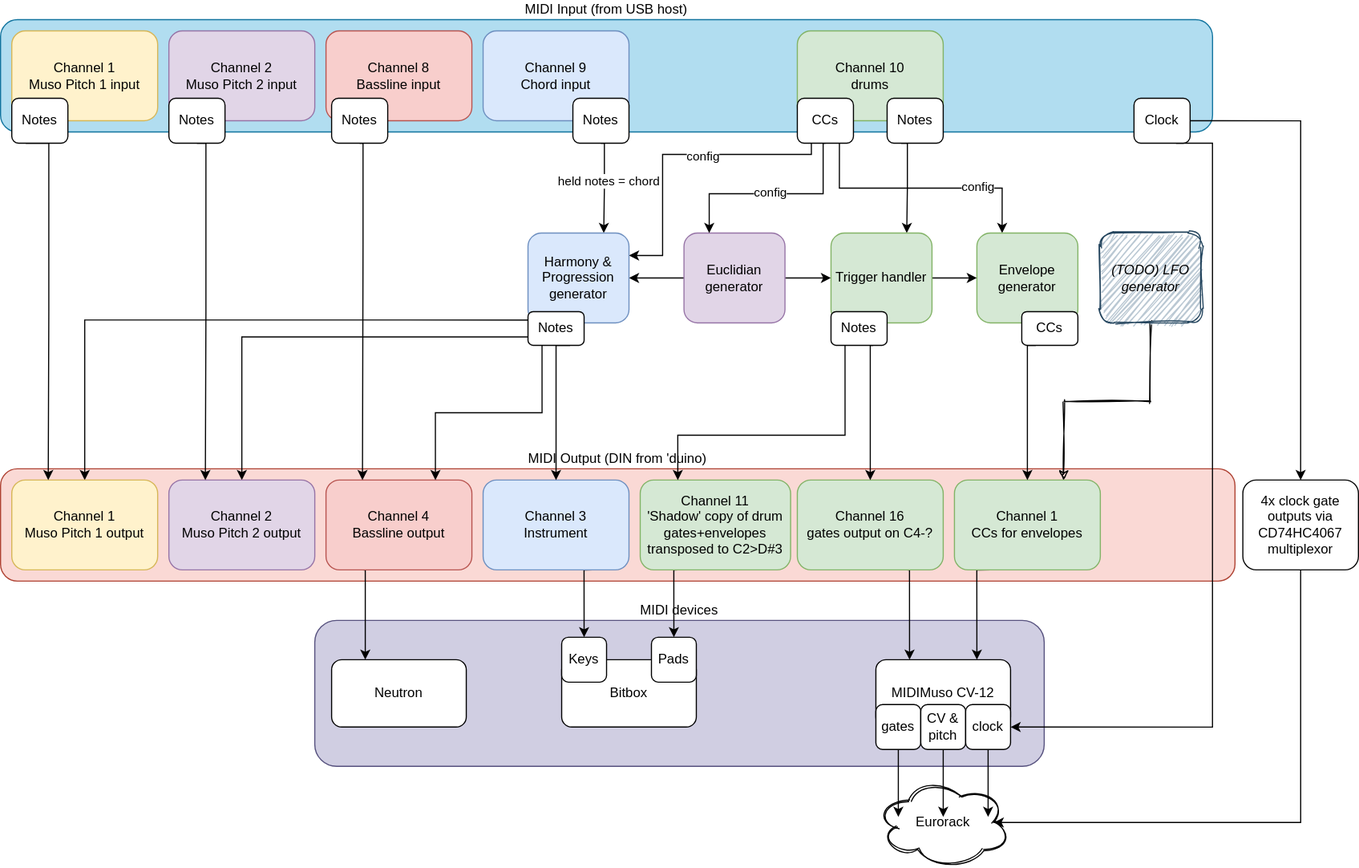
Before: drum2musocv_routing_diagram.svg, a diagram exported from draw.io (doctea/drum2musocv). Source tidied: cells renumbered, new cells last; positions are measured from the earlier drawing's top-left corner, leaving out a move shared by most shapes.
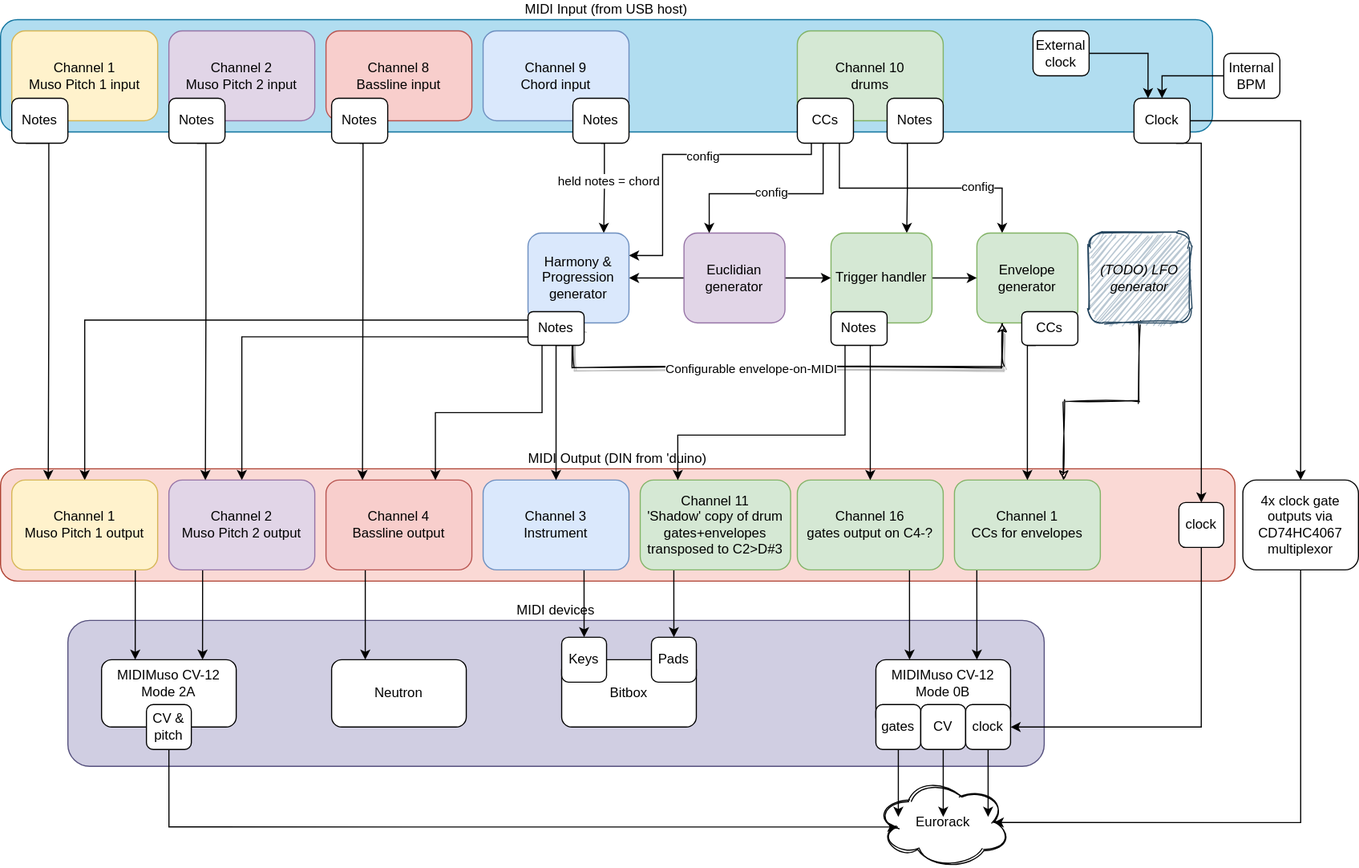
After the change.

Commit message:
works with two midimusocv boards, configurable envelopes for the pitches, updated images/docs/daw template

Diff of the diagram source:
```diff
@@ -6,7 +6,7 @@
       <mxGeometry x="780" y="675" width="120" height="80" as="geometry" />
     </mxCell>
     <mxCell id="3" value="MIDI devices" style="rounded=1;whiteSpace=wrap;html=1;labelPosition=center;verticalLabelPosition=top;align=center;verticalAlign=bottom;fillColor=#d0cee2;strokeColor=#56517e;" parent="1" vertex="1">
-      <mxGeometry x="280" y="535" width="650" height="130" as="geometry" />
+      <mxGeometry x="60" y="535" width="870" height="130" as="geometry" />
     </mxCell>
     <mxCell id="4" value="MIDI Output (DIN from 'duino)&lt;br&gt;" style="rounded=1;whiteSpace=wrap;html=1;labelPosition=center;verticalLabelPosition=top;align=center;verticalAlign=bottom;fillColor=#fad9d5;strokeColor=#ae4132;" parent="1" vertex="1">
       <mxGeometry y="400" width="1100" height="100" as="geometry" />
@@ -187,6 +187,18 @@
     <mxCell id="43" style="edgeStyle=orthogonalEdgeStyle;rounded=0;jettySize=auto;html=1;exitX=0;exitY=0.75;exitDx=0;exitDy=0;entryX=0.5;entryY=0;entryDx=0;entryDy=0;" parent="1" edge="1" source="44" target="71">
       <mxGeometry relative="1" as="geometry" />
     </mxCell>
+    <mxCell id="76" style="edgeStyle=orthogonalEdgeStyle;rounded=0;jettySize=auto;html=1;exitX=1;exitY=0.5;exitDx=0;exitDy=0;entryX=0.25;entryY=1;entryDx=0;entryDy=0;shadow=1;sketch=1;jumpStyle=gap;" parent="1" edge="1" source="44" target="37">
+      <mxGeometry relative="1" as="geometry">
+        <Array as="points">
+          <mxPoint x="510" y="275" />
+          <mxPoint x="510" y="310" />
+          <mxPoint x="893" y="310" />
+        </Array>
+      </mxGeometry>
+    </mxCell>
+    <mxCell id="77" value="Configurable envelope-on-MIDI" style="edgeLabel;html=1;align=center;verticalAlign=middle;" parent="76" vertex="1">
+      <mxGeometry x="-0.13" relative="1" as="geometry" />
+    </mxCell>
     <mxCell id="44" value="Notes" style="rounded=1;whiteSpace=wrap;html=1;" parent="1" vertex="1">
       <mxGeometry x="470" y="260" width="50" height="30" as="geometry" />
     </mxCell>
@@ -224,7 +236,7 @@
     <mxCell id="51" value="Bitbox" style="rounded=1;whiteSpace=wrap;html=1;" parent="1" vertex="1">
       <mxGeometry x="500" y="570" width="120" height="60" as="geometry" />
     </mxCell>
-    <mxCell id="52" value="MIDIMuso CV-12" style="rounded=1;whiteSpace=wrap;html=1;" parent="1" vertex="1">
+    <mxCell id="52" value="MIDIMuso CV-12&lt;br&gt;Mode 0B" style="rounded=1;whiteSpace=wrap;html=1;labelPosition=center;verticalLabelPosition=middle;align=center;verticalAlign=middle;spacingTop=-18;" parent="1" vertex="1">
       <mxGeometry x="780" y="570" width="120" height="60" as="geometry" />
     </mxCell>
     <mxCell id="53" style="edgeStyle=orthogonalEdgeStyle;rounded=0;jettySize=auto;html=1;exitX=0.5;exitY=1;exitDx=0;exitDy=0;" parent="1" edge="1" source="54">
@@ -240,7 +252,7 @@
         <mxPoint x="840" y="710" as="targetPoint" />
       </mxGeometry>
     </mxCell>
-    <mxCell id="56" value="CV &amp;amp; pitch" style="rounded=1;whiteSpace=wrap;html=1;" parent="1" vertex="1">
+    <mxCell id="56" value="CV" style="rounded=1;whiteSpace=wrap;html=1;" parent="1" vertex="1">
       <mxGeometry x="820" y="610" width="40" height="40" as="geometry" />
     </mxCell>
     <mxCell id="57" style="edgeStyle=orthogonalEdgeStyle;rounded=0;jettySize=auto;html=1;exitX=0.5;exitY=1;exitDx=0;exitDy=0;" parent="1" edge="1" source="58">
@@ -261,19 +273,18 @@
       <mxGeometry relative="1" as="geometry" />
     </mxCell>
     <mxCell id="62" value="(TODO) LFO generator" style="rounded=1;whiteSpace=wrap;html=1;fillColor=#bac8d3;strokeColor=#23445d;fontStyle=2;sketch=1;" parent="1" vertex="1">
-      <mxGeometry x="980" y="190" width="90" height="80" as="geometry" />
+      <mxGeometry x="970" y="190" width="90" height="80" as="geometry" />
     </mxCell>
-    <mxCell id="63" style="edgeStyle=orthogonalEdgeStyle;rounded=0;jettySize=auto;html=1;exitX=0.75;exitY=1;exitDx=0;exitDy=0;entryX=1;entryY=0.5;entryDx=0;entryDy=0;" parent="1" edge="1" source="65" target="58">
-      <mxGeometry relative="1" as="geometry">
-        <Array as="points">
-          <mxPoint x="1080" y="110" />
-          <mxPoint x="1080" y="630" />
-        </Array>
-      </mxGeometry>
-    </mxCell>
     <mxCell id="64" style="edgeStyle=orthogonalEdgeStyle;rounded=0;jettySize=auto;html=1;exitX=1;exitY=0.5;exitDx=0;exitDy=0;entryX=0.5;entryY=0;entryDx=0;entryDy=0;" parent="1" edge="1" source="65" target="67">
       <mxGeometry relative="1" as="geometry" />
     </mxCell>
+    <mxCell id="78" style="edgeStyle=orthogonalEdgeStyle;rounded=0;sketch=0;jumpStyle=gap;jettySize=auto;html=1;exitX=0.75;exitY=1;exitDx=0;exitDy=0;entryX=0.5;entryY=0;entryDx=0;entryDy=0;shadow=0;" parent="1" edge="1" source="65" target="89">
+      <mxGeometry relative="1" as="geometry">
+        <Array as="points">
+          <mxPoint x="1070" y="110" />
+        </Array>
+      </mxGeometry>
+    </mxCell>
     <mxCell id="65" value="Clock" style="rounded=1;whiteSpace=wrap;html=1;" parent="1" vertex="1">
       <mxGeometry x="1010" y="70" width="50" height="40" as="geometry" />
     </mxCell>
@@ -293,9 +304,23 @@
     <mxCell id="69" value="Channel 2&lt;br&gt;Muso Pitch 2 input" style="rounded=1;whiteSpace=wrap;html=1;fillColor=#e1d5e7;strokeColor=#9673a6;" parent="1" vertex="1">
       <mxGeometry x="150" y="10" width="130" height="80" as="geometry" />
     </mxCell>
+    <mxCell id="79" style="edgeStyle=orthogonalEdgeStyle;rounded=0;jettySize=auto;html=1;exitX=0.75;exitY=1;exitDx=0;exitDy=0;entryX=0.25;entryY=0;entryDx=0;entryDy=0;" parent="1" edge="1" source="70" target="81">
+      <mxGeometry relative="1" as="geometry">
+        <Array as="points">
+          <mxPoint x="120" y="490" />
+        </Array>
+      </mxGeometry>
+    </mxCell>
     <mxCell id="70" value="Channel 1&lt;br&gt;Muso Pitch 1 output" style="rounded=1;whiteSpace=wrap;html=1;fillColor=#fff2cc;strokeColor=#d6b656;" parent="1" vertex="1">
       <mxGeometry x="10" y="410" width="130" height="80" as="geometry" />
     </mxCell>
+    <mxCell id="80" style="edgeStyle=orthogonalEdgeStyle;rounded=0;jettySize=auto;html=1;exitX=0.25;exitY=1;exitDx=0;exitDy=0;entryX=0.75;entryY=0;entryDx=0;entryDy=0;" parent="1" edge="1" source="71" target="81">
+      <mxGeometry relative="1" as="geometry">
+        <Array as="points">
+          <mxPoint x="180" y="490" />
+        </Array>
+      </mxGeometry>
+    </mxCell>
     <mxCell id="71" value="Channel 2&lt;br&gt;Muso Pitch 2 output" style="rounded=1;whiteSpace=wrap;html=1;fillColor=#e1d5e7;strokeColor=#9673a6;" parent="1" vertex="1">
       <mxGeometry x="150" y="410" width="130" height="80" as="geometry" />
     </mxCell>
@@ -321,5 +346,36 @@
     <mxCell id="75" value="Notes" style="rounded=1;whiteSpace=wrap;html=1;" parent="1" vertex="1">
       <mxGeometry x="150" y="70" width="50" height="40" as="geometry" />
     </mxCell>
+    <mxCell id="81" value="MIDIMuso CV-12&lt;br&gt;Mode 2A" style="rounded=1;whiteSpace=wrap;html=1;labelPosition=center;verticalLabelPosition=middle;align=center;verticalAlign=middle;spacingTop=-18;" parent="1" vertex="1">
+      <mxGeometry x="90" y="570" width="120" height="60" as="geometry" />
+    </mxCell>
+    <mxCell id="82" style="edgeStyle=orthogonalEdgeStyle;rounded=0;jettySize=auto;html=1;exitX=0.5;exitY=1;exitDx=0;exitDy=0;entryX=0.16;entryY=0.55;entryDx=0;entryDy=0;entryPerimeter=0;" parent="1" edge="1" source="83" target="2">
+      <mxGeometry relative="1" as="geometry">
+        <Array as="points">
+          <mxPoint x="150" y="719" />
+        </Array>
+      </mxGeometry>
+    </mxCell>
+    <mxCell id="83" value="CV &amp;amp; pitch" style="rounded=1;whiteSpace=wrap;html=1;" parent="1" vertex="1">
+      <mxGeometry x="130" y="610" width="40" height="40" as="geometry" />
+    </mxCell>
+    <mxCell id="84" style="edgeStyle=orthogonalEdgeStyle;rounded=0;sketch=0;jumpStyle=gap;jettySize=auto;html=1;exitX=0;exitY=0.5;exitDx=0;exitDy=0;entryX=0.5;entryY=0;entryDx=0;entryDy=0;shadow=0;" parent="1" edge="1" source="85" target="65">
+      <mxGeometry relative="1" as="geometry" />
+    </mxCell>
+    <mxCell id="85" value="Internal BPM" style="rounded=1;whiteSpace=wrap;html=1;" parent="1" vertex="1">
+      <mxGeometry x="1090" y="30" width="50" height="40" as="geometry" />
+    </mxCell>
+    <mxCell id="86" style="edgeStyle=orthogonalEdgeStyle;rounded=0;sketch=0;jumpStyle=gap;jettySize=auto;html=1;exitX=1;exitY=0.5;exitDx=0;exitDy=0;entryX=0.25;entryY=0;entryDx=0;entryDy=0;shadow=0;" parent="1" edge="1" source="87" target="65">
+      <mxGeometry relative="1" as="geometry" />
+    </mxCell>
+    <mxCell id="87" value="External clock" style="rounded=1;whiteSpace=wrap;html=1;" parent="1" vertex="1">
+      <mxGeometry x="920" y="10" width="50" height="40" as="geometry" />
+    </mxCell>
+    <mxCell id="88" style="edgeStyle=orthogonalEdgeStyle;rounded=0;sketch=0;jumpStyle=gap;jettySize=auto;html=1;exitX=0.5;exitY=1;exitDx=0;exitDy=0;entryX=1;entryY=0.5;entryDx=0;entryDy=0;shadow=0;" parent="1" edge="1" source="89" target="58">
+      <mxGeometry relative="1" as="geometry" />
+    </mxCell>
+    <mxCell id="89" value="clock" style="rounded=1;whiteSpace=wrap;html=1;" parent="1" vertex="1">
+      <mxGeometry x="1050" y="430" width="40" height="40" as="geometry" />
+    </mxCell>
   </root>
 </mxGraphModel>
```
